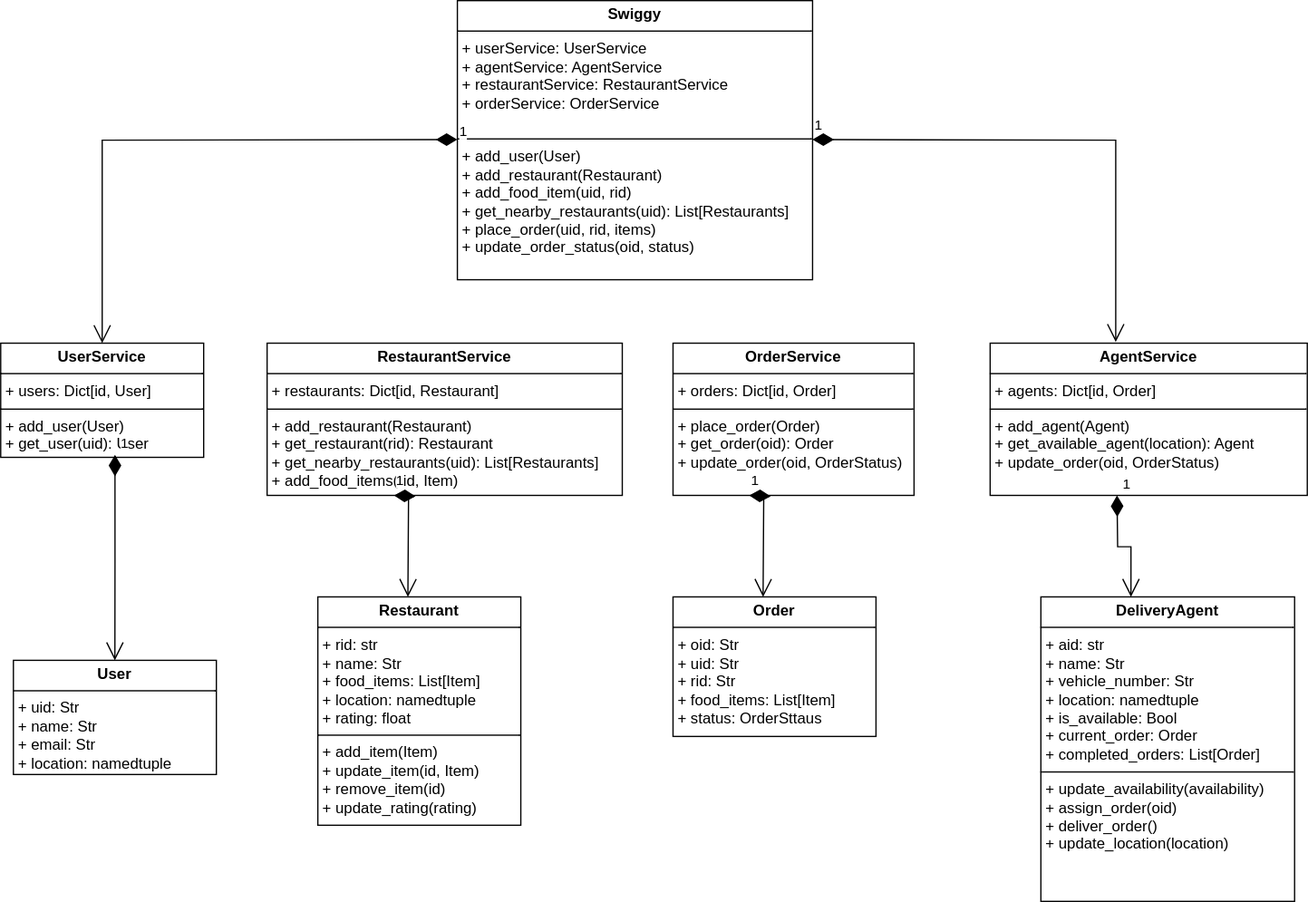
Before: SwiggyDesign/assets/swiggy.drawio.svg, a diagram exported from draw.io (SoumavaBiswas/sys-design). Source tidied: cells renumbered, new cells last; positions are measured from the earlier drawing's top-left corner, leaving out a move shared by most shapes.
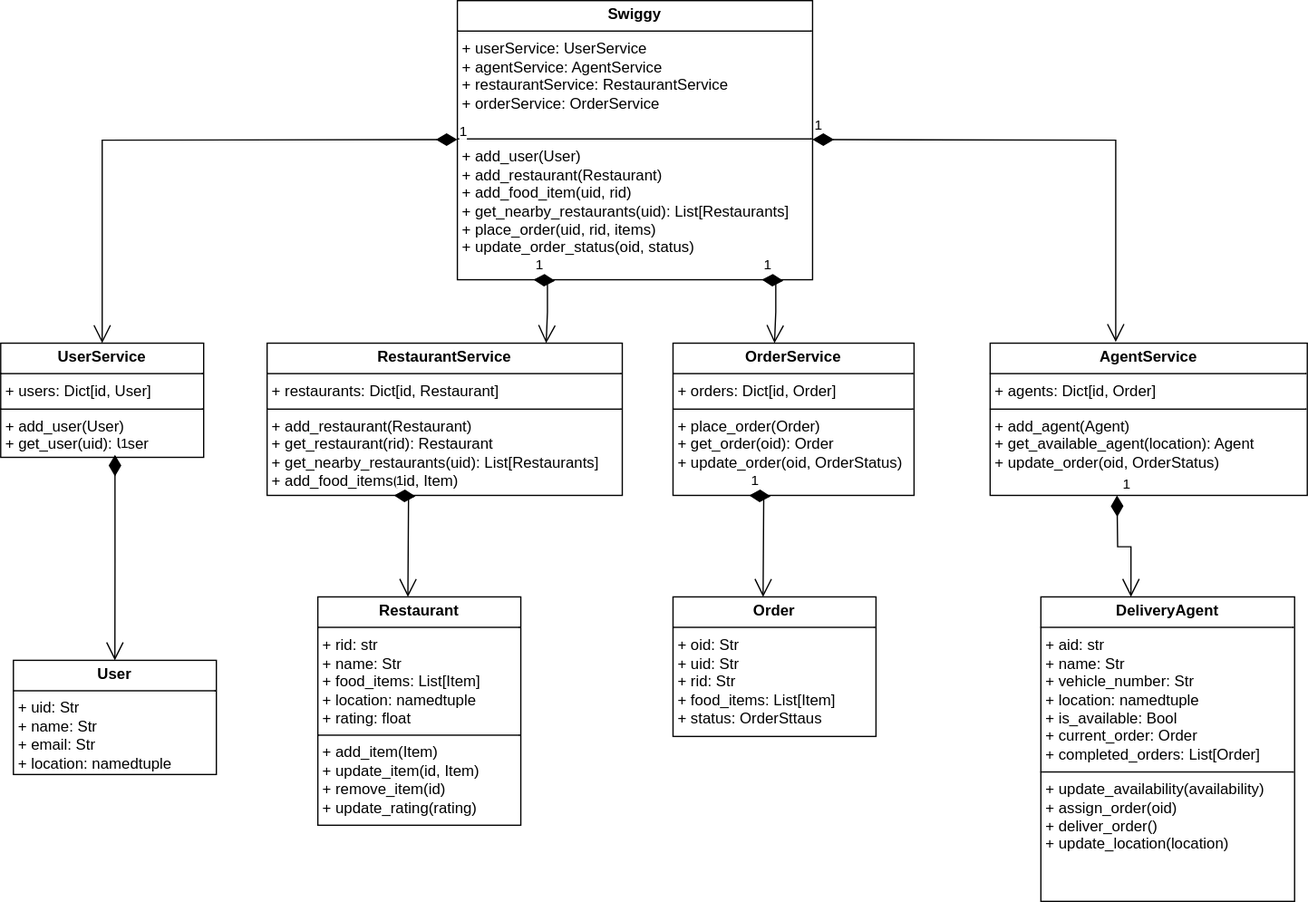
The same file after the commit.

What changed in the source:
```diff
@@ -61,5 +61,17 @@
         <mxPoint x="321" y="470" as="targetPoint" />
       </mxGeometry>
     </mxCell>
+    <mxCell id="17" value="1" style="endArrow=open;html=1;endSize=12;startArrow=diamondThin;startSize=14;startFill=1;edgeStyle=orthogonalEdgeStyle;align=left;verticalAlign=bottom;rounded=0;" parent="1" edge="1">
+      <mxGeometry x="-1" y="3" relative="1" as="geometry">
+        <mxPoint x="600" y="220" as="sourcePoint" />
+        <mxPoint x="610" y="270" as="targetPoint" />
+      </mxGeometry>
+    </mxCell>
+    <mxCell id="18" value="1" style="endArrow=open;html=1;endSize=12;startArrow=diamondThin;startSize=14;startFill=1;edgeStyle=orthogonalEdgeStyle;align=left;verticalAlign=bottom;rounded=0;" parent="1" edge="1">
+      <mxGeometry x="-1" y="3" relative="1" as="geometry">
+        <mxPoint x="420" y="220" as="sourcePoint" />
+        <mxPoint x="430" y="270" as="targetPoint" />
+      </mxGeometry>
+    </mxCell>
   </root>
 </mxGraphModel>
```
